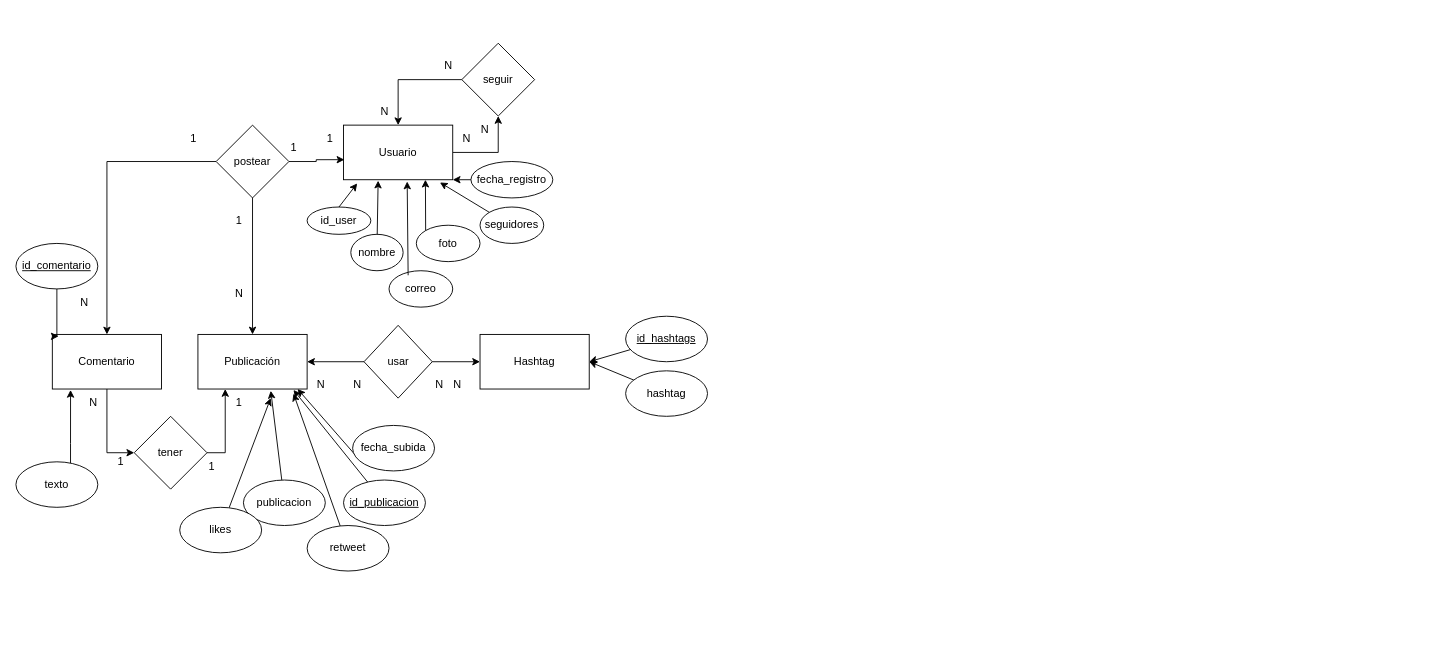
Earlier version of the draw.io diagram ej16.drawio (adriii28/amr-tsys-C3U12-11102023). Source tidied: cells renumbered, new cells numbered last; positions are measured from the earlier drawing's top-left corner, leaving out a move shared by most shapes. Both pictures are drawn from the tidied source at 91%, with x=0, y=0 at pixel (15, 43).
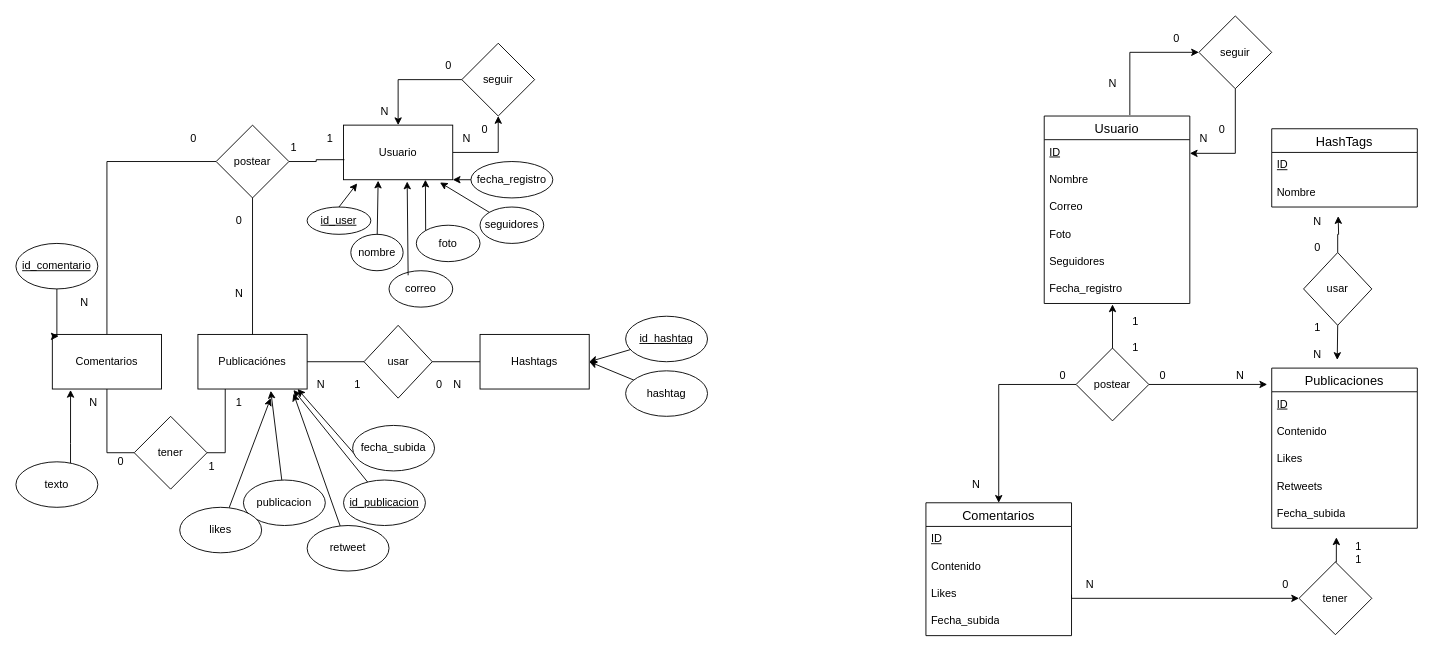
After the change.

Unchanged cells that the change refers to:
```xml
<mxCell id="3" value="&lt;div&gt;Usuario&lt;/div&gt;" style="rounded=0;whiteSpace=wrap;html=1;" parent="1" vertex="1">
  <mxGeometry x="360" y="90" width="120" height="60" as="geometry" />
</mxCell>
<mxCell id="10" value="postear" style="rhombus;whiteSpace=wrap;html=1;" parent="1" vertex="1">
  <mxGeometry x="220" y="90" width="80" height="80" as="geometry" />
</mxCell>
<mxCell id="14" value="usar" style="rhombus;whiteSpace=wrap;html=1;" parent="1" vertex="1">
  <mxGeometry x="382.5" y="310" width="75" height="80" as="geometry" />
</mxCell>
<mxCell id="37" value="tener" style="rhombus;whiteSpace=wrap;html=1;" parent="1" vertex="1">
  <mxGeometry x="130" y="410" width="80" height="80" as="geometry" />
</mxCell>
```

Change to the diagram source:
```diff
@@
-    <mxCell id="4" value="Publicación" style="rounded=0;whiteSpace=wrap;html=1;" parent="1" vertex="1">
+    <mxCell id="4" value="Publicaciónes" style="rounded=0;whiteSpace=wrap;html=1;" parent="1" vertex="1">
       <mxGeometry x="200" y="320" width="120" height="60" as="geometry" />
     </mxCell>
-    <mxCell id="5" value="&lt;div&gt;Hashtag&lt;/div&gt;" style="rounded=0;whiteSpace=wrap;html=1;" parent="1" vertex="1">
+    <mxCell id="5" value="&lt;div&gt;Hashtags&lt;/div&gt;" style="rounded=0;whiteSpace=wrap;html=1;" parent="1" vertex="1">
       <mxGeometry x="510" y="320" width="120" height="60" as="geometry" />
     </mxCell>
@@
-    <mxCell id="8" style="edgeStyle=orthogonalEdgeStyle;rounded=0;jettySize=auto;html=1;" parent="1" edge="1" source="10" target="4">
+    <mxCell id="8" style="edgeStyle=orthogonalEdgeStyle;rounded=0;jettySize=auto;html=1;endArrow=none;endFill=0;" parent="1" edge="1" source="10" target="4">
       <mxGeometry relative="1" as="geometry" />
     </mxCell>
-    <mxCell id="9" style="edgeStyle=orthogonalEdgeStyle;rounded=0;jettySize=auto;html=1;" parent="1" edge="1" source="10" target="36">
+    <mxCell id="9" style="edgeStyle=orthogonalEdgeStyle;rounded=0;jettySize=auto;html=1;endArrow=none;endFill=0;" parent="1" edge="1" source="10" target="36">
       <mxGeometry relative="1" as="geometry" />
     </mxCell>
@@
-    <mxCell id="11" style="edgeStyle=orthogonalEdgeStyle;rounded=0;jettySize=auto;html=1;entryX=0.008;entryY=0.633;entryDx=0;entryDy=0;entryPerimeter=0;" parent="1" edge="1" source="10" target="3">
+    <mxCell id="11" style="edgeStyle=orthogonalEdgeStyle;rounded=0;jettySize=auto;html=1;entryX=0.008;entryY=0.633;entryDx=0;entryDy=0;entryPerimeter=0;endArrow=none;endFill=0;" parent="1" edge="1" source="10" target="3">
       <mxGeometry relative="1" as="geometry" />
     </mxCell>
-    <mxCell id="12" style="edgeStyle=orthogonalEdgeStyle;rounded=0;jettySize=auto;html=1;entryX=1;entryY=0.5;entryDx=0;entryDy=0;" parent="1" edge="1" source="14" target="4">
+    <mxCell id="12" style="edgeStyle=orthogonalEdgeStyle;rounded=0;jettySize=auto;html=1;entryX=1;entryY=0.5;entryDx=0;entryDy=0;endArrow=none;endFill=0;" parent="1" edge="1" source="14" target="4">
       <mxGeometry relative="1" as="geometry" />
     </mxCell>
-    <mxCell id="13" style="edgeStyle=orthogonalEdgeStyle;rounded=0;jettySize=auto;html=1;entryX=0;entryY=0.5;entryDx=0;entryDy=0;" parent="1" edge="1" source="14" target="5">
+    <mxCell id="13" style="edgeStyle=orthogonalEdgeStyle;rounded=0;jettySize=auto;html=1;entryX=0;entryY=0.5;entryDx=0;entryDy=0;endArrow=none;endFill=0;" parent="1" edge="1" source="14" target="5">
       <mxGeometry relative="1" as="geometry" />
     </mxCell>
@@
-    <mxCell id="15" value="&lt;div&gt;id_user&lt;/div&gt;" style="ellipse;whiteSpace=wrap;html=1;" parent="1" vertex="1">
+    <mxCell id="15" value="&lt;div&gt;id_user&lt;/div&gt;" style="ellipse;whiteSpace=wrap;html=1;fontStyle=4;" parent="1" vertex="1">
       <mxGeometry x="320" y="180" width="70" height="30" as="geometry" />
     </mxCell>
@@
-    <mxCell id="28" value="N" style="text;html=1;align=center;verticalAlign=middle;strokeColor=none;fillColor=none;" parent="1" vertex="1">
+    <mxCell id="28" value="1" style="text;html=1;align=center;verticalAlign=middle;strokeColor=none;fillColor=none;" parent="1" vertex="1">
       <mxGeometry x="360" y="360" width="30" height="30" as="geometry" />
     </mxCell>
-    <mxCell id="29" value="N" style="text;html=1;align=center;verticalAlign=middle;strokeColor=none;fillColor=none;" parent="1" vertex="1">
+    <mxCell id="29" value="0" style="text;html=1;align=center;verticalAlign=middle;strokeColor=none;fillColor=none;" parent="1" vertex="1">
       <mxGeometry x="450" y="360" width="30" height="30" as="geometry" />
     </mxCell>
@@
-    <mxCell id="33" value="1" style="text;html=1;align=center;verticalAlign=middle;strokeColor=none;fillColor=none;" parent="1" vertex="1">
+    <mxCell id="33" value="0" style="text;html=1;align=center;verticalAlign=middle;strokeColor=none;fillColor=none;" parent="1" vertex="1">
       <mxGeometry x="230" y="180" width="30" height="30" as="geometry" />
     </mxCell>
@@
-    <mxCell id="35" style="edgeStyle=orthogonalEdgeStyle;rounded=0;jettySize=auto;html=1;entryX=0;entryY=0.5;entryDx=0;entryDy=0;" parent="1" edge="1" source="36" target="37">
+    <mxCell id="35" style="edgeStyle=orthogonalEdgeStyle;rounded=0;jettySize=auto;html=1;entryX=0;entryY=0.5;entryDx=0;entryDy=0;endArrow=none;endFill=0;" parent="1" edge="1" source="36" target="37">
       <mxGeometry relative="1" as="geometry" />
     </mxCell>
-    <mxCell id="36" value="&lt;div&gt;Comentario&lt;/div&gt;" style="rounded=0;whiteSpace=wrap;html=1;" parent="1" vertex="1">
+    <mxCell id="36" value="&lt;div&gt;Comentarios&lt;/div&gt;" style="rounded=0;whiteSpace=wrap;html=1;" parent="1" vertex="1">
       <mxGeometry x="40" y="320" width="120" height="60" as="geometry" />
     </mxCell>
@@
-    <mxCell id="38" style="edgeStyle=orthogonalEdgeStyle;rounded=0;jettySize=auto;html=1;entryX=0.25;entryY=1;entryDx=0;entryDy=0;" parent="1" edge="1" source="37" target="4">
+    <mxCell id="38" style="edgeStyle=orthogonalEdgeStyle;rounded=0;jettySize=auto;html=1;entryX=0.25;entryY=1;entryDx=0;entryDy=0;endArrow=none;endFill=0;" parent="1" edge="1" source="37" target="4">
       <mxGeometry relative="1" as="geometry">
         <Array as="points">
           <mxPoint x="230" y="450" />
         </Array>
       </mxGeometry>
     </mxCell>
@@
-    <mxCell id="41" value="N" style="text;html=1;align=center;verticalAlign=middle;strokeColor=none;fillColor=none;" parent="1" vertex="1">
+    <mxCell id="41" value="0" style="text;html=1;align=center;verticalAlign=middle;strokeColor=none;fillColor=none;" parent="1" vertex="1">
       <mxGeometry x="500" y="80" width="30" height="30" as="geometry" />
     </mxCell>
-    <mxCell id="42" value="N" style="text;html=1;align=center;verticalAlign=middle;strokeColor=none;fillColor=none;" parent="1" vertex="1">
+    <mxCell id="42" value="0" style="text;html=1;align=center;verticalAlign=middle;strokeColor=none;fillColor=none;" parent="1" vertex="1">
       <mxGeometry x="460" y="10" width="30" height="30" as="geometry" />
     </mxCell>
@@
-    <mxCell id="47" value="1" style="text;html=1;align=center;verticalAlign=middle;strokeColor=none;fillColor=none;" parent="1" vertex="1">
+    <mxCell id="47" value="0" style="text;html=1;align=center;verticalAlign=middle;strokeColor=none;fillColor=none;" parent="1" vertex="1">
       <mxGeometry x="100" y="445" width="30" height="30" as="geometry" />
     </mxCell>
@@
-    <mxCell id="51" value="1" style="text;html=1;align=center;verticalAlign=middle;strokeColor=none;fillColor=none;" parent="1" vertex="1">
+    <mxCell id="51" value="0" style="text;html=1;align=center;verticalAlign=middle;strokeColor=none;fillColor=none;" parent="1" vertex="1">
       <mxGeometry x="180" y="90" width="30" height="30" as="geometry" />
     </mxCell>
@@
-    <mxCell id="58" value="&lt;u&gt;id_hashtags&lt;br&gt;&lt;/u&gt;" style="ellipse;whiteSpace=wrap;html=1;" parent="1" vertex="1">
+    <mxCell id="58" value="&lt;div&gt;&lt;u&gt;id_hashtag&lt;/u&gt;&lt;/div&gt;" style="ellipse;whiteSpace=wrap;html=1;" parent="1" vertex="1">
       <mxGeometry x="670" y="300" width="90" height="50" as="geometry" />
     </mxCell>
@@
+    <mxCell id="67" style="edgeStyle=orthogonalEdgeStyle;rounded=0;jettySize=auto;html=1;entryX=0;entryY=0.5;entryDx=0;entryDy=0;exitX=0.588;exitY=-0.005;exitDx=0;exitDy=0;exitPerimeter=0;" parent="1" edge="1" source="68" target="90">
+      <mxGeometry relative="1" as="geometry" />
+    </mxCell>
+    <mxCell id="68" value="Usuario" style="swimlane;fontStyle=0;horizontal=1;startSize=26;align=center;fontSize=14;" parent="1" vertex="1">
+      <mxGeometry x="1130" y="80" width="160" height="206" as="geometry" />
+    </mxCell>
+    <mxCell id="69" value="ID" style="text;strokeColor=none;fillColor=none;spacingLeft=4;spacingRight=4;overflow=hidden;points=[[0,0.5],[1,0.5]];portConstraint=eastwest;fontSize=12;whiteSpace=wrap;html=1;fontStyle=4;" parent="68" vertex="1">
+      <mxGeometry y="26" width="160" height="30" as="geometry" />
+    </mxCell>
+    <mxCell id="70" value="Nombre" style="text;strokeColor=none;fillColor=none;spacingLeft=4;spacingRight=4;overflow=hidden;fontSize=12;whiteSpace=wrap;html=1;" parent="68" vertex="1">
+      <mxGeometry y="56" width="160" height="30" as="geometry" />
+    </mxCell>
+    <mxCell id="71" value="Correo" style="text;strokeColor=none;fillColor=none;spacingLeft=4;spacingRight=4;overflow=hidden;fontSize=12;whiteSpace=wrap;html=1;" parent="68" vertex="1">
+      <mxGeometry y="86" width="160" height="30" as="geometry" />
+    </mxCell>
+    <mxCell id="72" value="Foto" style="text;strokeColor=none;fillColor=none;spacingLeft=4;spacingRight=4;overflow=hidden;fontSize=12;whiteSpace=wrap;html=1;" parent="68" vertex="1">
+      <mxGeometry y="116" width="160" height="30" as="geometry" />
+    </mxCell>
+    <mxCell id="73" value="Seguidores" style="text;strokeColor=none;fillColor=none;spacingLeft=4;spacingRight=4;overflow=hidden;fontSize=12;whiteSpace=wrap;html=1;" parent="68" vertex="1">
+      <mxGeometry y="146" width="160" height="30" as="geometry" />
+    </mxCell>
+    <mxCell id="74" value="Fecha_registro" style="text;strokeColor=none;fillColor=none;spacingLeft=4;spacingRight=4;overflow=hidden;points=[[0,0.5],[1,0.5]];portConstraint=eastwest;fontSize=12;whiteSpace=wrap;html=1;" parent="68" vertex="1">
+      <mxGeometry y="176" width="160" height="30" as="geometry" />
+    </mxCell>
+    <mxCell id="75" value="HashTags" style="swimlane;fontStyle=0;horizontal=1;startSize=26;align=center;fontSize=14;" parent="1" vertex="1">
+      <mxGeometry x="1380" y="94" width="160" height="86" as="geometry" />
+    </mxCell>
+    <mxCell id="76" value="ID" style="text;strokeColor=none;fillColor=none;spacingLeft=4;spacingRight=4;overflow=hidden;fontSize=12;whiteSpace=wrap;html=1;fontStyle=4;" parent="75" vertex="1">
+      <mxGeometry y="26" width="160" height="30" as="geometry" />
+    </mxCell>
+    <mxCell id="77" value="Nombre" style="text;strokeColor=none;fillColor=none;spacingLeft=4;spacingRight=4;overflow=hidden;fontSize=12;whiteSpace=wrap;html=1;" parent="75" vertex="1">
+      <mxGeometry y="56" width="160" height="30" as="geometry" />
+    </mxCell>
+    <mxCell id="78" value="Publicaciones" style="swimlane;fontStyle=0;horizontal=1;startSize=26;align=center;fontSize=14;" parent="1" vertex="1">
+      <mxGeometry x="1380" y="357" width="160" height="176" as="geometry" />
+    </mxCell>
+    <mxCell id="79" value="ID" style="text;strokeColor=none;fillColor=none;spacingLeft=4;spacingRight=4;overflow=hidden;fontSize=12;whiteSpace=wrap;html=1;fontStyle=4;" parent="78" vertex="1">
+      <mxGeometry y="26" width="160" height="30" as="geometry" />
+    </mxCell>
+    <mxCell id="80" value="Contenido" style="text;strokeColor=none;fillColor=none;spacingLeft=4;spacingRight=4;overflow=hidden;fontSize=12;whiteSpace=wrap;html=1;" parent="78" vertex="1">
+      <mxGeometry y="56" width="160" height="30" as="geometry" />
+    </mxCell>
+    <mxCell id="81" value="Likes" style="text;strokeColor=none;fillColor=none;spacingLeft=4;spacingRight=4;overflow=hidden;fontSize=12;whiteSpace=wrap;html=1;" parent="78" vertex="1">
+      <mxGeometry y="86" width="160" height="30" as="geometry" />
+    </mxCell>
+    <mxCell id="82" value="Retweets" style="text;strokeColor=none;fillColor=none;spacingLeft=4;spacingRight=4;overflow=hidden;fontSize=12;whiteSpace=wrap;html=1;" parent="78" vertex="1">
+      <mxGeometry y="116" width="160" height="30" as="geometry" />
+    </mxCell>
+    <mxCell id="83" value="Fecha_subida" style="text;strokeColor=none;fillColor=none;spacingLeft=4;spacingRight=4;overflow=hidden;points=[[0,0.5],[1,0.5]];portConstraint=eastwest;fontSize=12;whiteSpace=wrap;html=1;" parent="78" vertex="1">
+      <mxGeometry y="146" width="160" height="30" as="geometry" />
+    </mxCell>
+    <mxCell id="84" value="Comentarios" style="swimlane;fontStyle=0;horizontal=1;startSize=26;align=center;fontSize=14;" parent="1" vertex="1">
+      <mxGeometry x="1000" y="505" width="160" height="146" as="geometry" />
+    </mxCell>
+    <mxCell id="85" value="ID" style="text;strokeColor=none;fillColor=none;spacingLeft=4;spacingRight=4;overflow=hidden;fontSize=12;whiteSpace=wrap;html=1;fontStyle=4;" parent="84" vertex="1">
+      <mxGeometry y="26" width="160" height="30" as="geometry" />
+    </mxCell>
+    <mxCell id="86" value="Contenido" style="text;strokeColor=none;fillColor=none;spacingLeft=4;spacingRight=4;overflow=hidden;fontSize=12;whiteSpace=wrap;html=1;" parent="84" vertex="1">
+      <mxGeometry y="56" width="160" height="30" as="geometry" />
+    </mxCell>
+    <mxCell id="87" value="Likes" style="text;strokeColor=none;fillColor=none;spacingLeft=4;spacingRight=4;overflow=hidden;points=[[0,0.5],[1,0.5]];portConstraint=eastwest;fontSize=12;whiteSpace=wrap;html=1;" parent="84" vertex="1">
+      <mxGeometry y="86" width="160" height="30" as="geometry" />
+    </mxCell>
+    <mxCell id="88" value="Fecha_subida" style="text;strokeColor=none;fillColor=none;spacingLeft=4;spacingRight=4;overflow=hidden;fontSize=12;whiteSpace=wrap;html=1;" parent="84" vertex="1">
+      <mxGeometry y="116" width="160" height="30" as="geometry" />
+    </mxCell>
+    <mxCell id="89" style="edgeStyle=orthogonalEdgeStyle;rounded=0;jettySize=auto;html=1;entryX=1;entryY=0.5;entryDx=0;entryDy=0;" parent="1" edge="1" source="90" target="69">
+      <mxGeometry relative="1" as="geometry" />
+    </mxCell>
+    <mxCell id="90" value="seguir" style="rhombus;whiteSpace=wrap;html=1;" parent="1" vertex="1">
+      <mxGeometry x="1300" y="-30" width="80" height="80" as="geometry" />
+    </mxCell>
+    <mxCell id="91" value="&lt;div&gt;N&lt;/div&gt;" style="text;html=1;align=center;verticalAlign=middle;strokeColor=none;fillColor=none;" parent="1" vertex="1">
+      <mxGeometry x="1190" y="30" width="30" height="30" as="geometry" />
+    </mxCell>
+    <mxCell id="92" value="0" style="text;html=1;align=center;verticalAlign=middle;strokeColor=none;fillColor=none;" parent="1" vertex="1">
+      <mxGeometry x="1260" y="-20" width="30" height="30" as="geometry" />
+    </mxCell>
+    <mxCell id="93" value="N" style="text;html=1;align=center;verticalAlign=middle;strokeColor=none;fillColor=none;" parent="1" vertex="1">
+      <mxGeometry x="1290" y="90" width="30" height="30" as="geometry" />
+    </mxCell>
+    <mxCell id="94" value="0" style="text;html=1;align=center;verticalAlign=middle;strokeColor=none;fillColor=none;" parent="1" vertex="1">
+      <mxGeometry x="1310" y="80" width="30" height="30" as="geometry" />
+    </mxCell>
+    <mxCell id="95" style="edgeStyle=orthogonalEdgeStyle;rounded=0;jettySize=auto;html=1;entryX=0.5;entryY=0;entryDx=0;entryDy=0;" parent="1" edge="1" source="96" target="84">
+      <mxGeometry relative="1" as="geometry" />
+    </mxCell>
+    <mxCell id="96" value="postear" style="rhombus;whiteSpace=wrap;html=1;" parent="1" vertex="1">
+      <mxGeometry x="1165" y="335" width="80" height="80" as="geometry" />
+    </mxCell>
+    <mxCell id="97" style="edgeStyle=orthogonalEdgeStyle;rounded=0;jettySize=auto;html=1;entryX=0.469;entryY=1.033;entryDx=0;entryDy=0;entryPerimeter=0;" parent="1" edge="1" source="96" target="74">
+      <mxGeometry relative="1" as="geometry" />
+    </mxCell>
+    <mxCell id="98" value="1&lt;br&gt;&lt;br&gt;1" style="text;html=1;align=center;verticalAlign=middle;strokeColor=none;fillColor=none;" parent="1" vertex="1">
+      <mxGeometry x="1215" y="290" width="30" height="60" as="geometry" />
+    </mxCell>
+    <mxCell id="99" value="N" style="text;html=1;align=center;verticalAlign=middle;strokeColor=none;fillColor=none;" parent="1" vertex="1">
+      <mxGeometry x="1040" y="470" width="30" height="30" as="geometry" />
+    </mxCell>
+    <mxCell id="100" value="N" style="text;html=1;align=center;verticalAlign=middle;strokeColor=none;fillColor=none;" parent="1" vertex="1">
+      <mxGeometry x="1330" y="350" width="30" height="30" as="geometry" />
+    </mxCell>
+    <mxCell id="101" value="0" style="text;html=1;align=center;verticalAlign=middle;strokeColor=none;fillColor=none;" parent="1" vertex="1">
+      <mxGeometry x="1135" y="350" width="30" height="30" as="geometry" />
+    </mxCell>
+    <mxCell id="102" value="0" style="text;html=1;align=center;verticalAlign=middle;strokeColor=none;fillColor=none;" parent="1" vertex="1">
+      <mxGeometry x="1245" y="350" width="30" height="30" as="geometry" />
+    </mxCell>
+    <mxCell id="103" value="tener" style="rhombus;whiteSpace=wrap;html=1;" parent="1" vertex="1">
+      <mxGeometry x="1410" y="570" width="80" height="80" as="geometry" />
+    </mxCell>
+    <mxCell id="104" style="edgeStyle=orthogonalEdgeStyle;rounded=0;jettySize=auto;html=1;exitX=1;exitY=0.5;exitDx=0;exitDy=0;entryX=-0.031;entryY=0.102;entryDx=0;entryDy=0;entryPerimeter=0;" parent="1" edge="1" source="96" target="78">
+      <mxGeometry relative="1" as="geometry" />
+    </mxCell>
+    <mxCell id="105" style="edgeStyle=orthogonalEdgeStyle;rounded=0;jettySize=auto;html=1;exitX=1;exitY=0.5;exitDx=0;exitDy=0;entryX=0;entryY=0.5;entryDx=0;entryDy=0;" parent="1" edge="1" source="87" target="103">
+      <mxGeometry relative="1" as="geometry">
+        <Array as="points">
+          <mxPoint x="1160" y="610" />
+        </Array>
+      </mxGeometry>
+    </mxCell>
+    <mxCell id="106" style="edgeStyle=orthogonalEdgeStyle;rounded=0;jettySize=auto;html=1;exitX=0.5;exitY=0;exitDx=0;exitDy=0;entryX=0.444;entryY=1.333;entryDx=0;entryDy=0;entryPerimeter=0;" parent="1" edge="1" source="103" target="83">
+      <mxGeometry relative="1" as="geometry" />
+    </mxCell>
+    <mxCell id="107" value="N" style="text;html=1;align=center;verticalAlign=middle;strokeColor=none;fillColor=none;" parent="1" vertex="1">
+      <mxGeometry x="1165" y="580" width="30" height="30" as="geometry" />
+    </mxCell>
+    <mxCell id="108" value="0" style="text;html=1;align=center;verticalAlign=middle;strokeColor=none;fillColor=none;" parent="1" vertex="1">
+      <mxGeometry x="1380" y="580" width="30" height="30" as="geometry" />
+    </mxCell>
+    <mxCell id="109" value="1&lt;br&gt;1" style="text;html=1;align=center;verticalAlign=middle;strokeColor=none;fillColor=none;" parent="1" vertex="1">
+      <mxGeometry x="1460" y="540" width="30" height="40" as="geometry" />
+    </mxCell>
+    <mxCell id="110" style="edgeStyle=orthogonalEdgeStyle;rounded=0;jettySize=auto;html=1;exitX=0.5;exitY=0;exitDx=0;exitDy=0;" parent="1" edge="1" source="111">
+      <mxGeometry relative="1" as="geometry">
+        <mxPoint x="1453" y="190" as="targetPoint" />
+      </mxGeometry>
+    </mxCell>
+    <mxCell id="111" value="usar" style="rhombus;whiteSpace=wrap;html=1;" parent="1" vertex="1">
+      <mxGeometry x="1415" y="230" width="75" height="80" as="geometry" />
+    </mxCell>
+    <mxCell id="112" style="edgeStyle=orthogonalEdgeStyle;rounded=0;jettySize=auto;html=1;exitX=0.5;exitY=1;exitDx=0;exitDy=0;entryX=0.45;entryY=-0.051;entryDx=0;entryDy=0;entryPerimeter=0;" parent="1" edge="1" source="111" target="78">
+      <mxGeometry relative="1" as="geometry" />
+    </mxCell>
+    <mxCell id="113" value="N&lt;br&gt;&lt;br&gt;0" style="text;html=1;align=center;verticalAlign=middle;strokeColor=none;fillColor=none;" parent="1" vertex="1">
+      <mxGeometry x="1415" y="180" width="30" height="60" as="geometry" />
+    </mxCell>
+    <mxCell id="114" value="1&lt;br&gt;&lt;br&gt;N" style="text;html=1;align=center;verticalAlign=middle;strokeColor=none;fillColor=none;" parent="1" vertex="1">
+      <mxGeometry x="1415" y="297" width="30" height="60" as="geometry" />
+    </mxCell>
```
